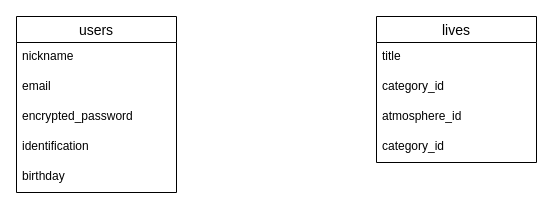
Before: er.dio in sumino-hill/steleo, a draw.io diagram. Source tidied: cells renumbered, new cells numbered last; positions are measured from the earlier drawing's top-left corner, leaving out a move shared by most shapes. Both pictures are drawn from the tidied source at 100%, with x=0, y=0 at pixel (16, 16).
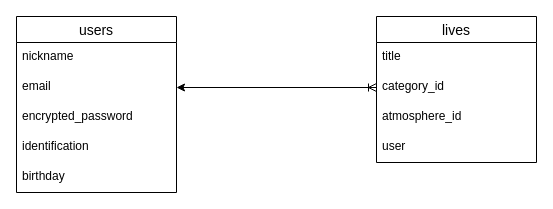
The same diagram, later.

Diff of the diagram source:
```diff
@@
 <mxGraphModel>
   <root>
     <mxCell id="0" />
     <mxCell id="1" parent="0" />
     <mxCell id="2" value="users" style="swimlane;fontStyle=0;horizontal=1;startSize=26;align=center;fontSize=14;" parent="1" vertex="1">
       <mxGeometry width="160" height="176" as="geometry" />
     </mxCell>
     <mxCell id="3" value="nickname" style="text;strokeColor=none;fillColor=none;spacingLeft=4;spacingRight=4;overflow=hidden;fontSize=12;" parent="2" vertex="1">
       <mxGeometry y="26" width="160" height="30" as="geometry" />
     </mxCell>
     <mxCell id="4" value="email" style="text;strokeColor=none;fillColor=none;spacingLeft=4;spacingRight=4;overflow=hidden;points=[[0,0.5],[1,0.5]];portConstraint=eastwest;fontSize=12;" parent="2" vertex="1">
       <mxGeometry y="56" width="160" height="30" as="geometry" />
     </mxCell>
     <mxCell id="5" value="encrypted_password" style="text;strokeColor=none;fillColor=none;spacingLeft=4;spacingRight=4;overflow=hidden;fontSize=12;" parent="2" vertex="1">
       <mxGeometry y="86" width="160" height="30" as="geometry" />
     </mxCell>
     <mxCell id="6" value="identification" style="text;strokeColor=none;fillColor=none;spacingLeft=4;spacingRight=4;overflow=hidden;fontSize=12;" parent="2" vertex="1">
       <mxGeometry y="116" width="160" height="30" as="geometry" />
     </mxCell>
     <mxCell id="7" value="birthday" style="text;strokeColor=none;fillColor=none;spacingLeft=4;spacingRight=4;overflow=hidden;fontSize=12;" parent="2" vertex="1">
       <mxGeometry y="146" width="160" height="30" as="geometry" />
     </mxCell>
     <mxCell id="8" value="lives" style="swimlane;fontStyle=0;horizontal=1;startSize=26;align=center;fontSize=14;" parent="1" vertex="1">
       <mxGeometry x="360" width="160" height="146" as="geometry" />
     </mxCell>
     <mxCell id="9" value="title" style="text;strokeColor=none;fillColor=none;spacingLeft=4;spacingRight=4;overflow=hidden;fontSize=12;" parent="8" vertex="1">
       <mxGeometry y="26" width="160" height="30" as="geometry" />
     </mxCell>
     <mxCell id="10" value="category_id" style="text;strokeColor=none;fillColor=none;spacingLeft=4;spacingRight=4;overflow=hidden;points=[[0,0.5],[1,0.5]];portConstraint=eastwest;fontSize=12;" parent="8" vertex="1">
       <mxGeometry y="56" width="160" height="30" as="geometry" />
     </mxCell>
     <mxCell id="11" value="atmosphere_id" style="text;strokeColor=none;fillColor=none;spacingLeft=4;spacingRight=4;overflow=hidden;fontSize=12;" parent="8" vertex="1">
       <mxGeometry y="86" width="160" height="30" as="geometry" />
     </mxCell>
-    <mxCell id="12" value="category_id" style="text;strokeColor=none;fillColor=none;spacingLeft=4;spacingRight=4;overflow=hidden;fontSize=12;" parent="8" vertex="1">
+    <mxCell id="12" value="user" style="text;strokeColor=none;fillColor=none;spacingLeft=4;spacingRight=4;overflow=hidden;fontSize=12;" parent="8" vertex="1">
       <mxGeometry y="116" width="160" height="30" as="geometry" />
     </mxCell>
+    <mxCell id="13" style="edgeStyle=orthogonalEdgeStyle;rounded=0;jettySize=auto;html=1;exitX=0;exitY=0.5;exitDx=0;exitDy=0;entryX=1;entryY=0.5;entryDx=0;entryDy=0;startArrow=ERoneToMany;startFill=0;" parent="1" edge="1" source="10" target="4">
+      <mxGeometry relative="1" as="geometry" />
+    </mxCell>
   </root>
 </mxGraphModel>
```
